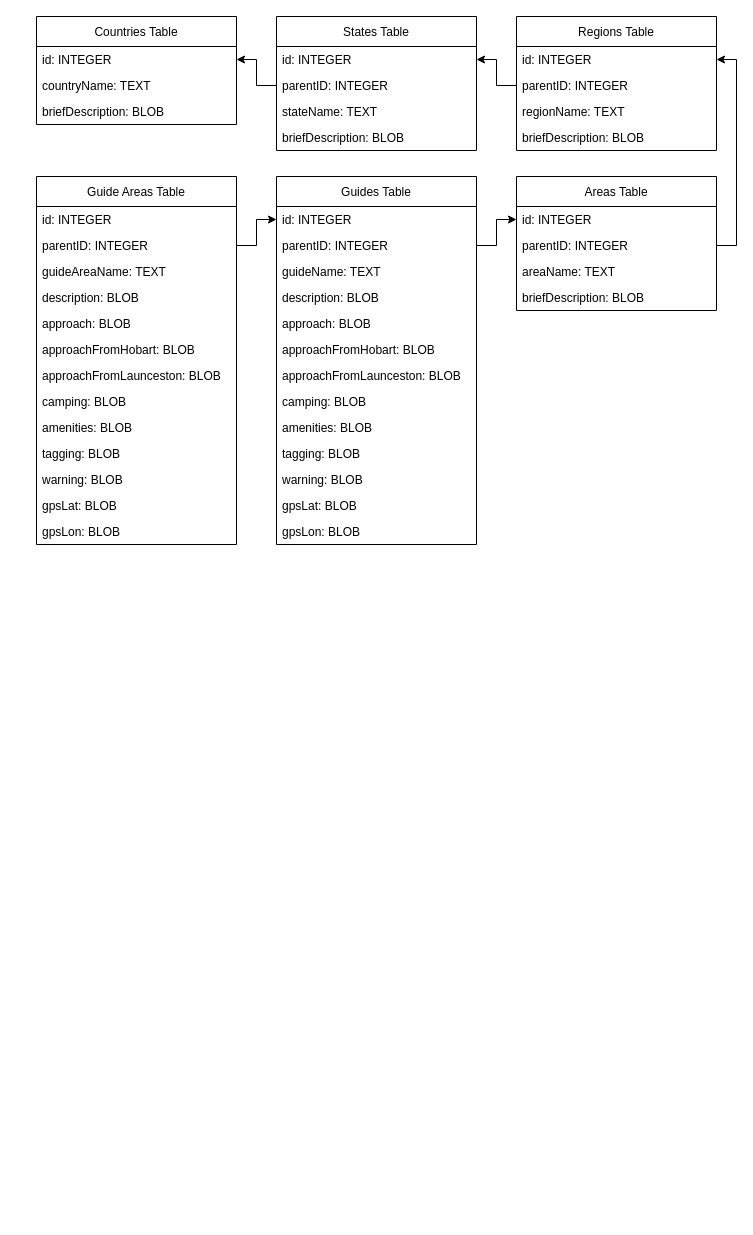
Above: assets/database/Untitled Diagram.drawio in Levy787/slacker_app (draw.io), before the change. Source tidied: cells renumbered, new cells numbered last; positions are measured from the earlier drawing's top-left corner, leaving out a move shared by most shapes. Both pictures are drawn from the tidied source at 100%, with x=0, y=0 at pixel (36, 16).
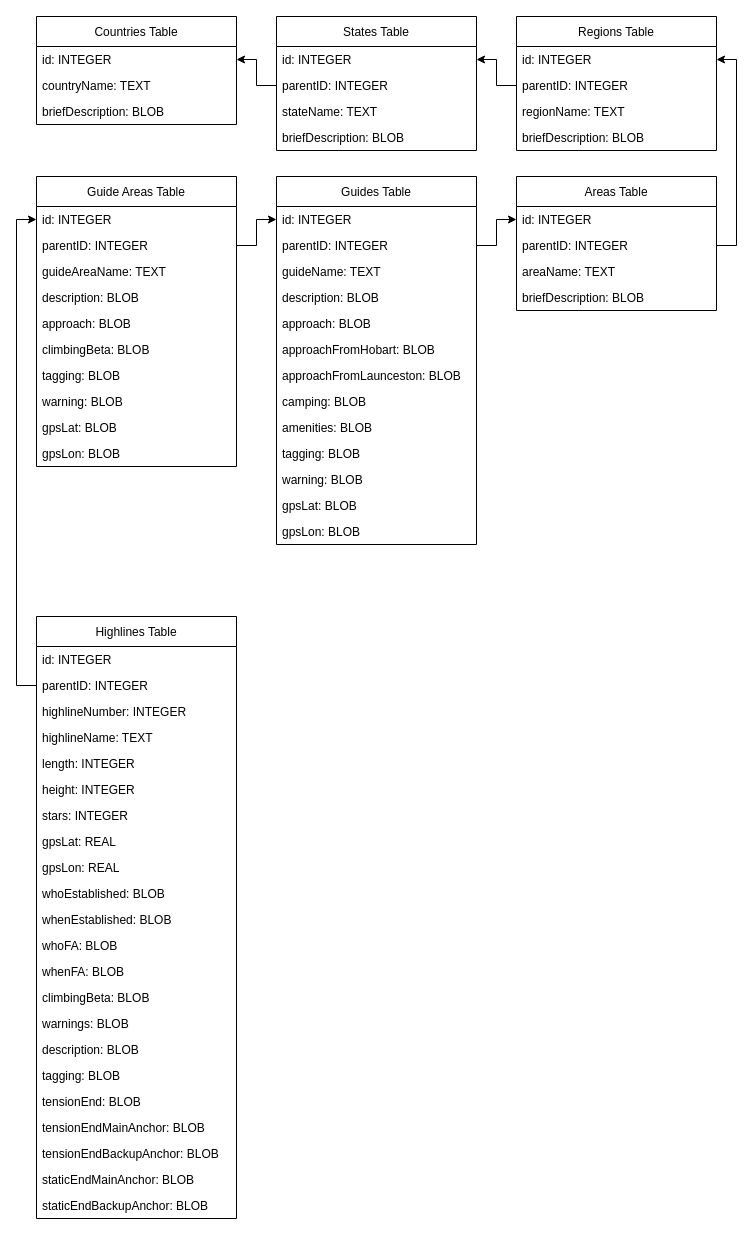
The same diagram, later.

The change refers to these unchanged cells:
```xml
<mxCell id="40" value="id: INTEGER" style="text;strokeColor=none;fillColor=none;align=left;verticalAlign=top;spacingLeft=4;spacingRight=4;overflow=hidden;points=[[0,0.5],[1,0.5]];portConstraint=eastwest;" parent="39" vertex="1">
  <mxGeometry y="30" width="200" height="26" as="geometry" />
</mxCell>
```

Diff of the diagram source:
```diff
@@
     <mxCell id="39" value="Guide Areas Table" style="swimlane;fontStyle=0;horizontal=1;startSize=30;fillColor=none;" parent="1" vertex="1">
-      <mxGeometry y="160" width="200" height="368" as="geometry" />
+      <mxGeometry y="160" width="200" height="290" as="geometry" />
     </mxCell>
@@
-    <mxCell id="45" value="approachFromHobart: BLOB" style="text;strokeColor=none;fillColor=none;align=left;verticalAlign=top;spacingLeft=4;spacingRight=4;overflow=hidden;" parent="39" vertex="1">
-      <mxGeometry y="160" width="200" height="26" as="geometry" />
-    </mxCell>
-    <mxCell id="46" value="approachFromLaunceston: BLOB" style="text;strokeColor=none;fillColor=none;align=left;verticalAlign=top;spacingLeft=4;spacingRight=4;overflow=hidden;" parent="39" vertex="1">
-      <mxGeometry y="186" width="200" height="26" as="geometry" />
-    </mxCell>
-    <mxCell id="47" value="camping: BLOB" style="text;strokeColor=none;fillColor=none;align=left;verticalAlign=top;spacingLeft=4;spacingRight=4;overflow=hidden;" parent="39" vertex="1">
-      <mxGeometry y="212" width="200" height="26" as="geometry" />
-    </mxCell>
-    <mxCell id="48" value="amenities: BLOB" style="text;strokeColor=none;fillColor=none;align=left;verticalAlign=top;spacingLeft=4;spacingRight=4;overflow=hidden;" parent="39" vertex="1">
-      <mxGeometry y="238" width="200" height="26" as="geometry" />
-    </mxCell>
+    <mxCell id="54" value="climbingBeta: BLOB" style="text;strokeColor=none;fillColor=none;align=left;verticalAlign=top;spacingLeft=4;spacingRight=4;overflow=hidden;" parent="39" vertex="1">
+      <mxGeometry y="160" width="200" height="26" as="geometry" />
+    </mxCell>
     <mxCell id="49" value="tagging: BLOB" style="text;strokeColor=none;fillColor=none;align=left;verticalAlign=top;spacingLeft=4;spacingRight=4;overflow=hidden;" parent="39" vertex="1">
-      <mxGeometry y="264" width="200" height="26" as="geometry" />
+      <mxGeometry y="186" width="200" height="26" as="geometry" />
     </mxCell>
     <mxCell id="50" value="warning: BLOB" style="text;strokeColor=none;fillColor=none;align=left;verticalAlign=top;spacingLeft=4;spacingRight=4;overflow=hidden;" parent="39" vertex="1">
-      <mxGeometry y="290" width="200" height="26" as="geometry" />
+      <mxGeometry y="212" width="200" height="26" as="geometry" />
     </mxCell>
     <mxCell id="51" value="gpsLat: BLOB" style="text;strokeColor=none;fillColor=none;align=left;verticalAlign=top;spacingLeft=4;spacingRight=4;overflow=hidden;" parent="39" vertex="1">
-      <mxGeometry y="316" width="200" height="26" as="geometry" />
+      <mxGeometry y="238" width="200" height="26" as="geometry" />
     </mxCell>
     <mxCell id="52" value="gpsLon: BLOB" style="text;strokeColor=none;fillColor=none;align=left;verticalAlign=top;spacingLeft=4;spacingRight=4;overflow=hidden;" parent="39" vertex="1">
-      <mxGeometry y="342" width="200" height="26" as="geometry" />
+      <mxGeometry y="264" width="200" height="26" as="geometry" />
     </mxCell>
@@
+    <mxCell id="55" value="Highlines Table" style="swimlane;fontStyle=0;horizontal=1;startSize=30;fillColor=none;" parent="1" vertex="1">
+      <mxGeometry y="600" width="200" height="602" as="geometry" />
+    </mxCell>
+    <mxCell id="56" value="id: INTEGER" style="text;strokeColor=none;fillColor=none;align=left;verticalAlign=top;spacingLeft=4;spacingRight=4;overflow=hidden;" parent="55" vertex="1">
+      <mxGeometry y="30" width="200" height="26" as="geometry" />
+    </mxCell>
+    <mxCell id="57" value="parentID: INTEGER" style="text;strokeColor=none;fillColor=none;align=left;verticalAlign=top;spacingLeft=4;spacingRight=4;overflow=hidden;points=[[0,0.5],[1,0.5]];portConstraint=eastwest;" parent="55" vertex="1">
+      <mxGeometry y="56" width="200" height="26" as="geometry" />
+    </mxCell>
+    <mxCell id="58" value="highlineNumber: INTEGER" style="text;strokeColor=none;fillColor=none;align=left;verticalAlign=top;spacingLeft=4;spacingRight=4;overflow=hidden;" parent="55" vertex="1">
+      <mxGeometry y="82" width="200" height="26" as="geometry" />
+    </mxCell>
+    <mxCell id="59" value="highlineName: TEXT" style="text;strokeColor=none;fillColor=none;align=left;verticalAlign=top;spacingLeft=4;spacingRight=4;overflow=hidden;" parent="55" vertex="1">
+      <mxGeometry y="108" width="200" height="26" as="geometry" />
+    </mxCell>
+    <mxCell id="60" value="length: INTEGER" style="text;strokeColor=none;fillColor=none;align=left;verticalAlign=top;spacingLeft=4;spacingRight=4;overflow=hidden;" parent="55" vertex="1">
+      <mxGeometry y="134" width="200" height="26" as="geometry" />
+    </mxCell>
+    <mxCell id="61" value="height: INTEGER" style="text;strokeColor=none;fillColor=none;align=left;verticalAlign=top;spacingLeft=4;spacingRight=4;overflow=hidden;" parent="55" vertex="1">
+      <mxGeometry y="160" width="200" height="26" as="geometry" />
+    </mxCell>
+    <mxCell id="62" value="stars: INTEGER" style="text;strokeColor=none;fillColor=none;align=left;verticalAlign=top;spacingLeft=4;spacingRight=4;overflow=hidden;" parent="55" vertex="1">
+      <mxGeometry y="186" width="200" height="26" as="geometry" />
+    </mxCell>
+    <mxCell id="63" value="gpsLat: REAL" style="text;strokeColor=none;fillColor=none;align=left;verticalAlign=top;spacingLeft=4;spacingRight=4;overflow=hidden;" parent="55" vertex="1">
+      <mxGeometry y="212" width="200" height="26" as="geometry" />
+    </mxCell>
+    <mxCell id="64" value="gpsLon: REAL" style="text;strokeColor=none;fillColor=none;align=left;verticalAlign=top;spacingLeft=4;spacingRight=4;overflow=hidden;" parent="55" vertex="1">
+      <mxGeometry y="238" width="200" height="26" as="geometry" />
+    </mxCell>
+    <mxCell id="65" value="whoEstablished: BLOB" style="text;strokeColor=none;fillColor=none;align=left;verticalAlign=top;spacingLeft=4;spacingRight=4;overflow=hidden;" parent="55" vertex="1">
+      <mxGeometry y="264" width="200" height="26" as="geometry" />
+    </mxCell>
+    <mxCell id="66" value="whenEstablished: BLOB" style="text;strokeColor=none;fillColor=none;align=left;verticalAlign=top;spacingLeft=4;spacingRight=4;overflow=hidden;" parent="55" vertex="1">
+      <mxGeometry y="290" width="200" height="26" as="geometry" />
+    </mxCell>
+    <mxCell id="67" value="whoFA: BLOB" style="text;strokeColor=none;fillColor=none;align=left;verticalAlign=top;spacingLeft=4;spacingRight=4;overflow=hidden;" parent="55" vertex="1">
+      <mxGeometry y="316" width="200" height="26" as="geometry" />
+    </mxCell>
+    <mxCell id="68" value="whenFA: BLOB" style="text;strokeColor=none;fillColor=none;align=left;verticalAlign=top;spacingLeft=4;spacingRight=4;overflow=hidden;" parent="55" vertex="1">
+      <mxGeometry y="342" width="200" height="26" as="geometry" />
+    </mxCell>
+    <mxCell id="69" value="climbingBeta: BLOB" style="text;strokeColor=none;fillColor=none;align=left;verticalAlign=top;spacingLeft=4;spacingRight=4;overflow=hidden;" parent="55" vertex="1">
+      <mxGeometry y="368" width="200" height="26" as="geometry" />
+    </mxCell>
+    <mxCell id="70" value="warnings: BLOB" style="text;strokeColor=none;fillColor=none;align=left;verticalAlign=top;spacingLeft=4;spacingRight=4;overflow=hidden;" parent="55" vertex="1">
+      <mxGeometry y="394" width="200" height="26" as="geometry" />
+    </mxCell>
+    <mxCell id="71" value="description: BLOB" style="text;strokeColor=none;fillColor=none;align=left;verticalAlign=top;spacingLeft=4;spacingRight=4;overflow=hidden;" parent="55" vertex="1">
+      <mxGeometry y="420" width="200" height="26" as="geometry" />
+    </mxCell>
+    <mxCell id="72" value="tagging: BLOB" style="text;strokeColor=none;fillColor=none;align=left;verticalAlign=top;spacingLeft=4;spacingRight=4;overflow=hidden;" parent="55" vertex="1">
+      <mxGeometry y="446" width="200" height="26" as="geometry" />
+    </mxCell>
+    <mxCell id="73" value="tensionEnd: BLOB" style="text;strokeColor=none;fillColor=none;align=left;verticalAlign=top;spacingLeft=4;spacingRight=4;overflow=hidden;" parent="55" vertex="1">
+      <mxGeometry y="472" width="200" height="26" as="geometry" />
+    </mxCell>
+    <mxCell id="74" value="tensionEndMainAnchor: BLOB" style="text;strokeColor=none;fillColor=none;align=left;verticalAlign=top;spacingLeft=4;spacingRight=4;overflow=hidden;" parent="55" vertex="1">
+      <mxGeometry y="498" width="200" height="26" as="geometry" />
+    </mxCell>
+    <mxCell id="75" value="tensionEndBackupAnchor: BLOB" style="text;strokeColor=none;fillColor=none;align=left;verticalAlign=top;spacingLeft=4;spacingRight=4;overflow=hidden;" parent="55" vertex="1">
+      <mxGeometry y="524" width="200" height="26" as="geometry" />
+    </mxCell>
+    <mxCell id="76" value="staticEndMainAnchor: BLOB" style="text;strokeColor=none;fillColor=none;align=left;verticalAlign=top;spacingLeft=4;spacingRight=4;overflow=hidden;" parent="55" vertex="1">
+      <mxGeometry y="550" width="200" height="26" as="geometry" />
+    </mxCell>
+    <mxCell id="77" value="staticEndBackupAnchor: BLOB" style="text;strokeColor=none;fillColor=none;align=left;verticalAlign=top;spacingLeft=4;spacingRight=4;overflow=hidden;" parent="55" vertex="1">
+      <mxGeometry y="576" width="200" height="26" as="geometry" />
+    </mxCell>
+    <mxCell id="78" style="edgeStyle=orthogonalEdgeStyle;rounded=0;jettySize=auto;html=1;exitX=0;exitY=0.5;exitDx=0;exitDy=0;entryX=0;entryY=0.5;entryDx=0;entryDy=0;" parent="1" edge="1" source="57" target="40">
+      <mxGeometry relative="1" as="geometry" />
+    </mxCell>
```
